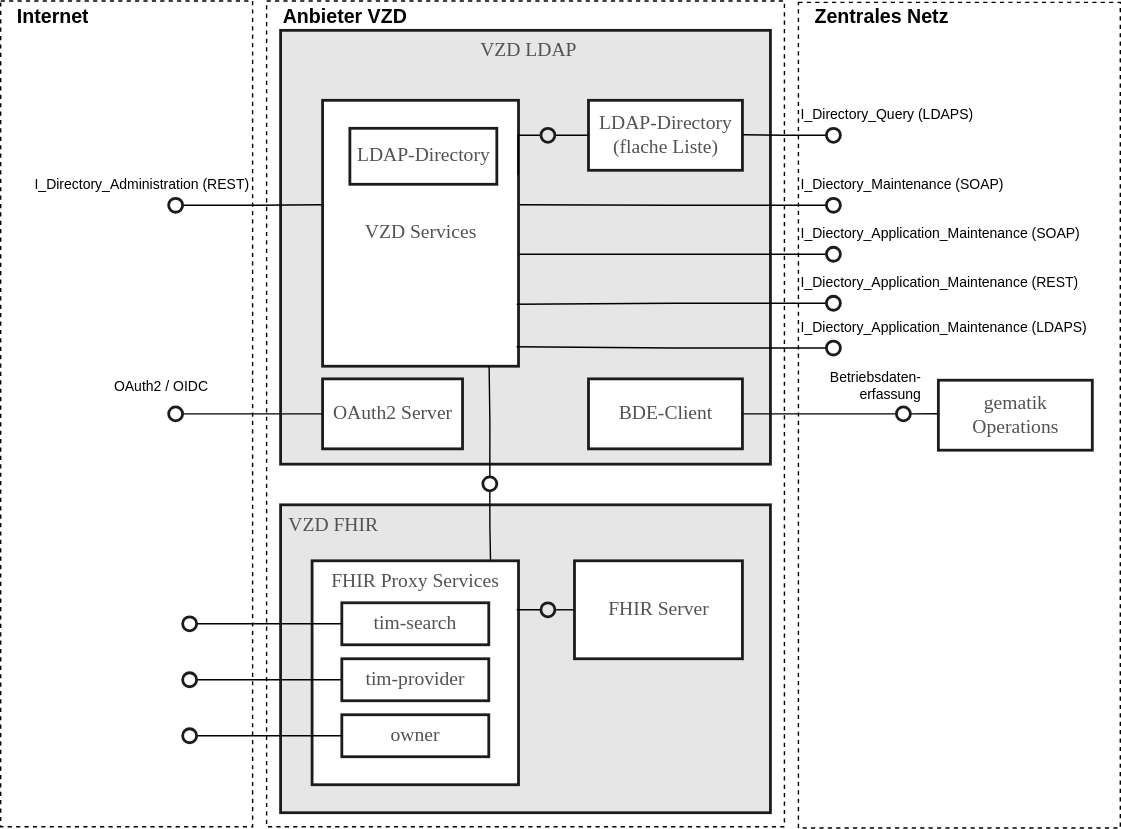
The draw.io diagram images/VZD_Architektur.svg in gematik/api-vzd, before a commit. Source tidied: cells renumbered, new cells last; positions are measured from the earlier drawing's top-left corner, leaving out a move shared by most shapes.
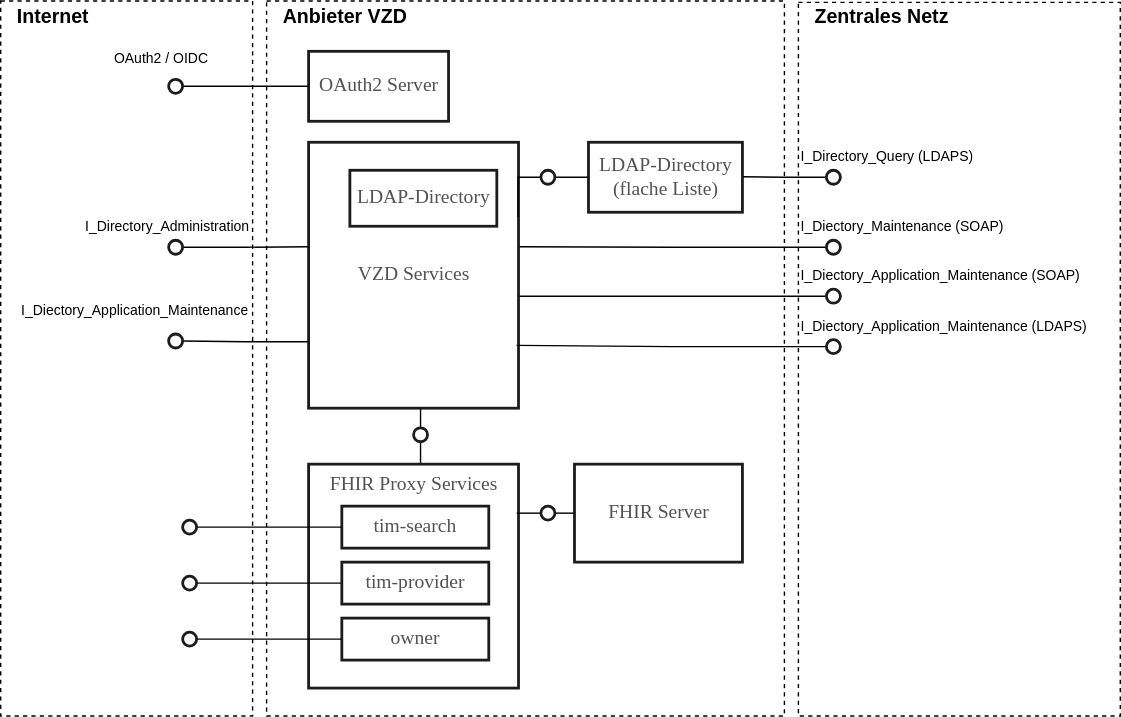
Later version of the same file.

Diff of the diagram source:
```diff
@@ -3,54 +3,54 @@
     <mxCell id="0" />
     <mxCell id="1" parent="0" />
     <mxCell id="2" style="rounded=0;whiteSpace=wrap;html=1;fillColor=none;dashed=1;" parent="1" vertex="1">
-      <mxGeometry x="570" y="1" width="230" height="590" as="geometry" />
+      <mxGeometry x="570" y="1" width="230" height="510" as="geometry" />
     </mxCell>
     <mxCell id="3" style="rounded=0;whiteSpace=wrap;html=1;fillColor=none;dashed=1;" parent="1" vertex="1">
-      <mxGeometry width="180" height="590" as="geometry" />
+      <mxGeometry width="180" height="511" as="geometry" />
     </mxCell>
     <mxCell id="4" style="rounded=0;whiteSpace=wrap;html=1;fillColor=none;dashed=1;" parent="1" vertex="1">
-      <mxGeometry x="190" width="370" height="590" as="geometry" />
+      <mxGeometry x="190" width="370" height="511" as="geometry" />
     </mxCell>
-    <mxCell id="5" value="VZD LDAP" style="html=1;strokeColor=#1C1C1C;fillColor=#E6E6E6;fontFamily=Tahoma;fontSize=14;fontColor=#525252;align=center;verticalAlign=top;spacingLeft=4;strokeWidth=2;" parent="1" vertex="1">
-      <mxGeometry x="200" y="21" width="350" height="310" as="geometry" />
-    </mxCell>
-    <mxCell id="6" value="VZD FHIR" style="html=1;strokeColor=#1C1C1C;fillColor=#E6E6E6;fontFamily=Tahoma;fontSize=14;fontColor=#525252;align=left;verticalAlign=top;spacingLeft=4;strokeWidth=2;" parent="1" vertex="1">
-      <mxGeometry x="200" y="360" width="350" height="220" as="geometry" />
-    </mxCell>
     <mxCell id="7" value="LDAP-Directory&lt;br&gt;(flache Liste)" style="html=1;strokeColor=#1C1C1C;fillColor=#ffffff;fontFamily=Tahoma;fontSize=14;fontColor=#525252;align=center;strokeWidth=2;" parent="1" vertex="1">
-      <mxGeometry x="420" y="71" width="110" height="50" as="geometry" />
+      <mxGeometry x="420" y="101" width="110" height="50" as="geometry" />
     </mxCell>
     <mxCell id="8" style="edgeStyle=orthogonalEdgeStyle;rounded=0;jettySize=auto;html=1;exitX=0;exitY=0.5;exitDx=0;exitDy=0;endArrow=none;endFill=0;entryX=0.994;entryY=0.393;entryDx=0;entryDy=0;entryPerimeter=0;" parent="1" edge="1" source="9" target="10">
       <mxGeometry relative="1" as="geometry" />
     </mxCell>
     <mxCell id="9" style="ellipse;whiteSpace=wrap;html=1;strokeColor=#1C1C1C;fillColor=none;fontFamily=Tahoma;fontSize=14;fontColor=#525252;align=center;strokeWidth=2;" parent="1" vertex="1">
-      <mxGeometry x="590" y="141" width="10" height="10" as="geometry" />
+      <mxGeometry x="590" y="171" width="10" height="10" as="geometry" />
     </mxCell>
+    <mxCell id="61" style="edgeStyle=orthogonalEdgeStyle;rounded=0;jettySize=auto;html=1;exitX=0.5;exitY=1;exitDx=0;exitDy=0;entryX=0.5;entryY=0;entryDx=0;entryDy=0;fontSize=16;strokeWidth=1;endArrow=none;endFill=0;" parent="1" edge="1" source="10" target="30">
+      <mxGeometry relative="1" as="geometry" />
+    </mxCell>
+    <mxCell id="62" style="edgeStyle=orthogonalEdgeStyle;rounded=0;jettySize=auto;html=1;exitX=0;exitY=0.75;exitDx=0;exitDy=0;entryX=1;entryY=0.5;entryDx=0;entryDy=0;fontSize=16;endArrow=none;endFill=0;strokeWidth=1;" parent="1" edge="1" source="10" target="44">
+      <mxGeometry relative="1" as="geometry" />
+    </mxCell>
     <mxCell id="10" value="VZD Services" style="html=1;strokeColor=#1C1C1C;fillColor=#ffffff;fontFamily=Tahoma;fontSize=14;fontColor=#525252;align=center;strokeWidth=2;" parent="1" vertex="1">
-      <mxGeometry x="230" y="71" width="140" height="190" as="geometry" />
+      <mxGeometry x="220" y="101" width="150" height="190" as="geometry" />
     </mxCell>
     <mxCell id="11" value="&lt;span style=&quot;font-weight: normal&quot;&gt;I_Diectory_Maintenance (SOAP)&lt;/span&gt;" style="text;html=1;strokeColor=none;fillColor=none;align=left;verticalAlign=middle;whiteSpace=wrap;overflow=hidden;fontFamily=Helvetica;fontSize=10;fontColor=#000000;fontStyle=1;" parent="1" vertex="1">
-      <mxGeometry x="570" y="121" width="170" height="20" as="geometry" />
+      <mxGeometry x="570" y="151" width="170" height="20" as="geometry" />
     </mxCell>
     <mxCell id="12" style="edgeStyle=orthogonalEdgeStyle;rounded=0;jettySize=auto;html=1;exitX=1;exitY=0.5;exitDx=0;exitDy=0;endArrow=none;endFill=0;entryX=0.002;entryY=0.393;entryDx=0;entryDy=0;entryPerimeter=0;" parent="1" edge="1" source="13" target="10">
       <mxGeometry relative="1" as="geometry" />
     </mxCell>
     <mxCell id="13" style="ellipse;whiteSpace=wrap;html=1;strokeColor=#1C1C1C;fillColor=none;fontFamily=Tahoma;fontSize=14;fontColor=#525252;align=center;strokeWidth=2;" parent="1" vertex="1">
-      <mxGeometry x="120" y="141" width="10" height="10" as="geometry" />
+      <mxGeometry x="120" y="171" width="10" height="10" as="geometry" />
     </mxCell>
-    <mxCell id="14" value="&lt;span style=&quot;font-weight: normal&quot;&gt;I_Directory_Administration (REST)&lt;/span&gt;" style="text;html=1;strokeColor=none;fillColor=none;align=right;verticalAlign=middle;whiteSpace=wrap;overflow=hidden;fontFamily=Helvetica;fontSize=10;fontColor=#000000;fontStyle=1;" parent="1" vertex="1">
-      <mxGeometry x="10" y="121" width="170" height="20" as="geometry" />
+    <mxCell id="14" value="&lt;span style=&quot;font-weight: normal&quot;&gt;I_Directory_Administration&lt;/span&gt;" style="text;html=1;strokeColor=none;fillColor=none;align=right;verticalAlign=middle;whiteSpace=wrap;overflow=hidden;fontFamily=Helvetica;fontSize=10;fontColor=#000000;fontStyle=1;" parent="1" vertex="1">
+      <mxGeometry x="10" y="151" width="170" height="20" as="geometry" />
     </mxCell>
     <mxCell id="15" style="edgeStyle=orthogonalEdgeStyle;rounded=0;jettySize=auto;html=1;exitX=0;exitY=0.5;exitDx=0;exitDy=0;endArrow=none;endFill=0;entryX=1.004;entryY=0.293;entryDx=0;entryDy=0;entryPerimeter=0;" parent="1" edge="1" source="16">
       <mxGeometry relative="1" as="geometry">
-        <mxPoint x="530.4" y="95.6" as="targetPoint" />
+        <mxPoint x="530.4" y="125.6" as="targetPoint" />
       </mxGeometry>
     </mxCell>
     <mxCell id="16" style="ellipse;whiteSpace=wrap;html=1;strokeColor=#1C1C1C;fillColor=none;fontFamily=Tahoma;fontSize=14;fontColor=#525252;align=center;strokeWidth=2;" parent="1" vertex="1">
-      <mxGeometry x="590" y="91" width="10" height="10" as="geometry" />
+      <mxGeometry x="590" y="121" width="10" height="10" as="geometry" />
     </mxCell>
     <mxCell id="17" value="&lt;span style=&quot;font-weight: normal&quot;&gt;I_Directory_Query (LDAPS)&lt;/span&gt;" style="text;html=1;strokeColor=none;fillColor=none;align=left;verticalAlign=middle;whiteSpace=wrap;overflow=hidden;fontFamily=Helvetica;fontSize=10;fontColor=#000000;fontStyle=1;" parent="1" vertex="1">
-      <mxGeometry x="570" y="71" width="170" height="20" as="geometry" />
+      <mxGeometry x="570" y="101" width="170" height="20" as="geometry" />
     </mxCell>
     <mxCell id="18" style="edgeStyle=orthogonalEdgeStyle;rounded=0;jettySize=auto;html=1;exitX=1;exitY=0.5;exitDx=0;exitDy=0;entryX=0;entryY=0.5;entryDx=0;entryDy=0;endArrow=none;endFill=0;" parent="1" edge="1" source="20" target="7">
       <mxGeometry relative="1" as="geometry" />
@@ -59,39 +59,34 @@
       <mxGeometry relative="1" as="geometry" />
     </mxCell>
     <mxCell id="20" style="ellipse;whiteSpace=wrap;html=1;strokeColor=#1C1C1C;fillColor=none;fontFamily=Tahoma;fontSize=14;fontColor=#525252;align=center;strokeWidth=2;" parent="1" vertex="1">
-      <mxGeometry x="386" y="91" width="10" height="10" as="geometry" />
+      <mxGeometry x="386" y="121" width="10" height="10" as="geometry" />
     </mxCell>
     <mxCell id="21" value="OAuth2 Server" style="html=1;strokeColor=#1C1C1C;fillColor=#ffffff;fontFamily=Tahoma;fontSize=14;fontColor=#525252;align=center;strokeWidth=2;" parent="1" vertex="1">
-      <mxGeometry x="230" y="270" width="100" height="50" as="geometry" />
+      <mxGeometry x="220" y="36" width="100" height="50" as="geometry" />
     </mxCell>
     <mxCell id="22" style="edgeStyle=orthogonalEdgeStyle;rounded=0;jettySize=auto;html=1;exitX=1;exitY=0.5;exitDx=0;exitDy=0;entryX=0;entryY=0.5;entryDx=0;entryDy=0;endArrow=none;endFill=0;" parent="1" edge="1" source="23" target="21">
       <mxGeometry relative="1" as="geometry" />
     </mxCell>
     <mxCell id="23" style="ellipse;whiteSpace=wrap;html=1;strokeColor=#1C1C1C;fillColor=none;fontFamily=Tahoma;fontSize=14;fontColor=#525252;align=center;strokeWidth=2;" parent="1" vertex="1">
-      <mxGeometry x="120" y="290" width="10" height="10" as="geometry" />
+      <mxGeometry x="120" y="56" width="10" height="10" as="geometry" />
     </mxCell>
     <mxCell id="24" value="&lt;span style=&quot;font-weight: normal&quot;&gt;OAuth2 / OIDC&lt;/span&gt;" style="text;html=1;strokeColor=none;fillColor=none;align=center;verticalAlign=middle;whiteSpace=wrap;overflow=hidden;fontFamily=Helvetica;fontSize=10;fontColor=#000000;fontStyle=1;" parent="1" vertex="1">
-      <mxGeometry x="30" y="265" width="170" height="20" as="geometry" />
+      <mxGeometry x="30" y="31" width="170" height="20" as="geometry" />
     </mxCell>
     <mxCell id="25" value="LDAP-Directory" style="html=1;strokeColor=#1C1C1C;fillColor=#ffffff;fontFamily=Tahoma;fontSize=14;fontColor=#525252;align=center;strokeWidth=2;" parent="1" vertex="1">
-      <mxGeometry x="249.5" y="91" width="105" height="40" as="geometry" />
+      <mxGeometry x="249.5" y="121" width="105" height="40" as="geometry" />
     </mxCell>
+    <mxCell id="63" style="edgeStyle=orthogonalEdgeStyle;rounded=0;jettySize=auto;html=1;exitX=0.5;exitY=0;exitDx=0;exitDy=0;entryX=0.5;entryY=1;entryDx=0;entryDy=0;fontSize=16;endArrow=none;endFill=0;strokeWidth=1;" parent="1" edge="1" source="26" target="30">
+      <mxGeometry relative="1" as="geometry" />
+    </mxCell>
     <mxCell id="26" value="FHIR Proxy Services" style="html=1;strokeColor=#1C1C1C;fillColor=#ffffff;fontFamily=Tahoma;fontSize=14;fontColor=#525252;align=center;strokeWidth=2;verticalAlign=top;" parent="1" vertex="1">
-      <mxGeometry x="222.5" y="400" width="147.5" height="160" as="geometry" />
+      <mxGeometry x="220" y="331" width="150" height="160" as="geometry" />
     </mxCell>
     <mxCell id="27" value="FHIR Server" style="html=1;strokeColor=#1C1C1C;fillColor=#ffffff;fontFamily=Tahoma;fontSize=14;fontColor=#525252;align=center;strokeWidth=2;verticalAlign=middle;" parent="1" vertex="1">
-      <mxGeometry x="410" y="400" width="120" height="70" as="geometry" />
+      <mxGeometry x="410" y="331" width="120" height="70" as="geometry" />
     </mxCell>
-    <mxCell id="28" style="edgeStyle=orthogonalEdgeStyle;rounded=0;jettySize=auto;html=1;exitX=0.5;exitY=0;exitDx=0;exitDy=0;endArrow=none;endFill=0;entryX=0.85;entryY=1;entryDx=0;entryDy=0;entryPerimeter=0;" parent="1" edge="1" source="30" target="10">
-      <mxGeometry relative="1" as="geometry" />
-    </mxCell>
-    <mxCell id="29" style="edgeStyle=orthogonalEdgeStyle;rounded=0;jettySize=auto;html=1;exitX=0.5;exitY=1;exitDx=0;exitDy=0;endArrow=none;endFill=0;" parent="1" edge="1" source="30">
-      <mxGeometry relative="1" as="geometry">
-        <mxPoint x="350" y="400" as="targetPoint" />
-      </mxGeometry>
-    </mxCell>
     <mxCell id="30" style="ellipse;whiteSpace=wrap;html=1;strokeColor=#1C1C1C;fillColor=none;fontFamily=Tahoma;fontSize=14;fontColor=#525252;align=center;strokeWidth=2;" parent="1" vertex="1">
-      <mxGeometry x="344.5" y="340" width="10" height="10" as="geometry" />
+      <mxGeometry x="295" y="305" width="10" height="10" as="geometry" />
     </mxCell>
     <mxCell id="31" style="edgeStyle=orthogonalEdgeStyle;rounded=0;jettySize=auto;html=1;exitX=1;exitY=0.5;exitDx=0;exitDy=0;entryX=0;entryY=0.5;entryDx=0;entryDy=0;endArrow=none;endFill=0;" parent="1" edge="1" source="33" target="27">
       <mxGeometry relative="1" as="geometry" />
@@ -100,61 +95,60 @@
       <mxGeometry relative="1" as="geometry" />
     </mxCell>
     <mxCell id="33" style="ellipse;whiteSpace=wrap;html=1;strokeColor=#1C1C1C;fillColor=none;fontFamily=Tahoma;fontSize=14;fontColor=#525252;align=center;strokeWidth=2;" parent="1" vertex="1">
-      <mxGeometry x="386" y="430" width="10" height="10" as="geometry" />
+      <mxGeometry x="386" y="361" width="10" height="10" as="geometry" />
     </mxCell>
     <mxCell id="34" value="&lt;span style=&quot;font-weight: normal&quot;&gt;I_Diectory_Application_Maintenance (SOAP)&lt;/span&gt;" style="text;html=1;strokeColor=none;fillColor=none;align=left;verticalAlign=middle;whiteSpace=wrap;overflow=hidden;fontFamily=Helvetica;fontSize=10;fontColor=#000000;fontStyle=1;" parent="1" vertex="1">
-      <mxGeometry x="570" y="151" width="210" height="30" as="geometry" />
+      <mxGeometry x="570" y="181" width="210" height="30" as="geometry" />
     </mxCell>
-    <mxCell id="35" value="&lt;span style=&quot;font-weight: normal&quot;&gt;I_Diectory_Application_Maintenance (REST)&lt;/span&gt;" style="text;html=1;strokeColor=none;fillColor=none;align=left;verticalAlign=middle;whiteSpace=wrap;overflow=hidden;fontFamily=Helvetica;fontSize=10;fontColor=#000000;fontStyle=1;" parent="1" vertex="1">
-      <mxGeometry x="570" y="186" width="210" height="30" as="geometry" />
+    <mxCell id="35" value="&lt;span style=&quot;font-weight: normal&quot;&gt;I_Diectory_Application_Maintenance&lt;/span&gt;" style="text;html=1;strokeColor=none;fillColor=none;align=left;verticalAlign=middle;whiteSpace=wrap;overflow=hidden;fontFamily=Helvetica;fontSize=10;fontColor=#000000;fontStyle=1;" parent="1" vertex="1">
+      <mxGeometry x="12.5" y="206" width="210" height="30" as="geometry" />
     </mxCell>
     <mxCell id="36" value="&lt;span style=&quot;font-weight: normal&quot;&gt;I_Diectory_Application_Maintenance (LDAPS)&lt;/span&gt;" style="text;html=1;strokeColor=none;fillColor=none;align=left;verticalAlign=middle;whiteSpace=wrap;overflow=hidden;fontFamily=Helvetica;fontSize=10;fontColor=#000000;fontStyle=1;" parent="1" vertex="1">
-      <mxGeometry x="570" y="218" width="210" height="30" as="geometry" />
+      <mxGeometry x="570" y="217" width="210" height="30" as="geometry" />
     </mxCell>
     <mxCell id="37" value="tim-search" style="html=1;strokeColor=#1C1C1C;fillColor=#ffffff;fontFamily=Tahoma;fontSize=14;fontColor=#525252;align=center;strokeWidth=2;" parent="1" vertex="1">
-      <mxGeometry x="243.8" y="430" width="105" height="30" as="geometry" />
+      <mxGeometry x="243.8" y="361" width="105" height="30" as="geometry" />
     </mxCell>
     <mxCell id="38" style="edgeStyle=orthogonalEdgeStyle;rounded=0;jettySize=auto;html=1;exitX=0;exitY=0.5;exitDx=0;exitDy=0;entryX=1;entryY=0.5;entryDx=0;entryDy=0;endArrow=none;endFill=0;" parent="1" edge="1" source="39" target="47">
       <mxGeometry relative="1" as="geometry" />
     </mxCell>
     <mxCell id="39" value="tim-provider" style="html=1;strokeColor=#1C1C1C;fillColor=#ffffff;fontFamily=Tahoma;fontSize=14;fontColor=#525252;align=center;strokeWidth=2;" parent="1" vertex="1">
-      <mxGeometry x="243.8" y="470" width="105" height="30" as="geometry" />
+      <mxGeometry x="243.8" y="401" width="105" height="30" as="geometry" />
     </mxCell>
     <mxCell id="40" value="owner" style="html=1;strokeColor=#1C1C1C;fillColor=#ffffff;fontFamily=Tahoma;fontSize=14;fontColor=#525252;align=center;strokeWidth=2;" parent="1" vertex="1">
-      <mxGeometry x="243.8" y="510" width="105" height="30" as="geometry" />
+      <mxGeometry x="243.8" y="441" width="105" height="30" as="geometry" />
     </mxCell>
     <mxCell id="41" style="edgeStyle=orthogonalEdgeStyle;rounded=0;jettySize=auto;html=1;exitX=0;exitY=0.5;exitDx=0;exitDy=0;entryX=1.004;entryY=0.579;entryDx=0;entryDy=0;entryPerimeter=0;endArrow=none;endFill=0;" parent="1" edge="1" source="42" target="10">
       <mxGeometry relative="1" as="geometry" />
     </mxCell>
     <mxCell id="42" style="ellipse;whiteSpace=wrap;html=1;strokeColor=#1C1C1C;fillColor=none;fontFamily=Tahoma;fontSize=14;fontColor=#525252;align=center;strokeWidth=2;" parent="1" vertex="1">
-      <mxGeometry x="590" y="176" width="10" height="10" as="geometry" />
+      <mxGeometry x="590" y="206" width="10" height="10" as="geometry" />
     </mxCell>
-    <mxCell id="43" style="edgeStyle=orthogonalEdgeStyle;rounded=0;jettySize=auto;html=1;exitX=0;exitY=0.5;exitDx=0;exitDy=0;entryX=0.991;entryY=0.767;entryDx=0;entryDy=0;entryPerimeter=0;endArrow=none;endFill=0;" parent="1" edge="1" source="44" target="10">
-      <mxGeometry relative="1" as="geometry" />
-    </mxCell>
     <mxCell id="44" style="ellipse;whiteSpace=wrap;html=1;strokeColor=#1C1C1C;fillColor=none;fontFamily=Tahoma;fontSize=14;fontColor=#525252;align=center;strokeWidth=2;" parent="1" vertex="1">
-      <mxGeometry x="590" y="211" width="10" height="10" as="geometry" />
+      <mxGeometry x="120" y="238" width="10" height="10" as="geometry" />
     </mxCell>
-    <mxCell id="45" style="edgeStyle=orthogonalEdgeStyle;rounded=0;jettySize=auto;html=1;exitX=0;exitY=0.5;exitDx=0;exitDy=0;endArrow=none;endFill=0;entryX=0.99;entryY=0.927;entryDx=0;entryDy=0;entryPerimeter=0;" parent="1" edge="1" source="46" target="10">
-      <mxGeometry relative="1" as="geometry" />
+    <mxCell id="45" style="edgeStyle=orthogonalEdgeStyle;rounded=0;jettySize=auto;html=1;exitX=0;exitY=0.5;exitDx=0;exitDy=0;endArrow=none;endFill=0;entryX=0.99;entryY=0.927;entryDx=0;entryDy=0;entryPerimeter=0;" parent="1" edge="1" source="46">
+      <mxGeometry relative="1" as="geometry">
+        <mxPoint x="368.6" y="246.1" as="targetPoint" />
+      </mxGeometry>
     </mxCell>
     <mxCell id="46" style="ellipse;whiteSpace=wrap;html=1;strokeColor=#1C1C1C;fillColor=none;fontFamily=Tahoma;fontSize=14;fontColor=#525252;align=center;strokeWidth=2;" parent="1" vertex="1">
-      <mxGeometry x="590" y="243" width="10" height="10" as="geometry" />
+      <mxGeometry x="590" y="242" width="10" height="10" as="geometry" />
     </mxCell>
     <mxCell id="47" style="ellipse;whiteSpace=wrap;html=1;strokeColor=#1C1C1C;fillColor=none;fontFamily=Tahoma;fontSize=14;fontColor=#525252;align=center;strokeWidth=2;" parent="1" vertex="1">
-      <mxGeometry x="130" y="480" width="10" height="10" as="geometry" />
+      <mxGeometry x="130" y="411" width="10" height="10" as="geometry" />
     </mxCell>
     <mxCell id="48" style="edgeStyle=orthogonalEdgeStyle;rounded=0;jettySize=auto;html=1;exitX=1;exitY=0.5;exitDx=0;exitDy=0;entryX=0;entryY=0.5;entryDx=0;entryDy=0;endArrow=none;endFill=0;" parent="1" edge="1" source="49" target="40">
       <mxGeometry relative="1" as="geometry" />
     </mxCell>
     <mxCell id="49" style="ellipse;whiteSpace=wrap;html=1;strokeColor=#1C1C1C;fillColor=none;fontFamily=Tahoma;fontSize=14;fontColor=#525252;align=center;strokeWidth=2;" parent="1" vertex="1">
-      <mxGeometry x="130" y="520" width="10" height="10" as="geometry" />
+      <mxGeometry x="130" y="451" width="10" height="10" as="geometry" />
     </mxCell>
     <mxCell id="50" style="edgeStyle=orthogonalEdgeStyle;rounded=0;jettySize=auto;html=1;exitX=1;exitY=0.5;exitDx=0;exitDy=0;entryX=0;entryY=0.5;entryDx=0;entryDy=0;endArrow=none;endFill=0;" parent="1" edge="1" source="51" target="37">
       <mxGeometry relative="1" as="geometry" />
     </mxCell>
     <mxCell id="51" style="ellipse;whiteSpace=wrap;html=1;strokeColor=#1C1C1C;fillColor=none;fontFamily=Tahoma;fontSize=14;fontColor=#525252;align=center;strokeWidth=2;" parent="1" vertex="1">
-      <mxGeometry x="130" y="440" width="10" height="10" as="geometry" />
+      <mxGeometry x="130" y="371" width="10" height="10" as="geometry" />
     </mxCell>
     <mxCell id="52" value="Anbieter VZD" style="text;html=1;strokeColor=none;fillColor=none;align=left;verticalAlign=middle;whiteSpace=wrap;overflow=hidden;fontFamily=Helvetica;fontSize=14;fontColor=#000000;fontStyle=1;" parent="1" vertex="1">
       <mxGeometry x="200" width="120" height="20" as="geometry" />
@@ -165,23 +159,5 @@
     <mxCell id="54" value="Zentrales Netz" style="text;html=1;strokeColor=none;fillColor=none;align=left;verticalAlign=middle;whiteSpace=wrap;overflow=hidden;fontFamily=Helvetica;fontSize=14;fontColor=#000000;fontStyle=1;" parent="1" vertex="1">
       <mxGeometry x="580" width="120" height="20" as="geometry" />
     </mxCell>
-    <mxCell id="55" style="edgeStyle=orthogonalEdgeStyle;rounded=0;jettySize=auto;html=1;exitX=1;exitY=0.5;exitDx=0;exitDy=0;entryX=0;entryY=0.5;entryDx=0;entryDy=0;endArrow=none;endFill=0;" parent="1" edge="1" source="56" target="59">
-      <mxGeometry relative="1" as="geometry" />
-    </mxCell>
-    <mxCell id="56" value="BDE-Client" style="html=1;strokeColor=#1C1C1C;fillColor=#ffffff;fontFamily=Tahoma;fontSize=14;fontColor=#525252;align=center;strokeWidth=2;" parent="1" vertex="1">
-      <mxGeometry x="420" y="270" width="110" height="50" as="geometry" />
-    </mxCell>
-    <mxCell id="57" value="gematik&lt;br&gt;Operations" style="html=1;strokeColor=#1C1C1C;fillColor=#ffffff;fontFamily=Tahoma;fontSize=14;fontColor=#525252;align=center;strokeWidth=2;" parent="1" vertex="1">
-      <mxGeometry x="670" y="271" width="110" height="50" as="geometry" />
-    </mxCell>
-    <mxCell id="58" style="edgeStyle=orthogonalEdgeStyle;rounded=0;jettySize=auto;html=1;exitX=1;exitY=0.5;exitDx=0;exitDy=0;entryX=0;entryY=0.471;entryDx=0;entryDy=0;entryPerimeter=0;endArrow=none;endFill=0;" parent="1" edge="1" source="59" target="57">
-      <mxGeometry relative="1" as="geometry" />
-    </mxCell>
-    <mxCell id="59" style="ellipse;whiteSpace=wrap;html=1;strokeColor=#1C1C1C;fillColor=none;fontFamily=Tahoma;fontSize=14;fontColor=#525252;align=center;strokeWidth=2;" parent="1" vertex="1">
-      <mxGeometry x="640" y="290" width="10" height="10" as="geometry" />
-    </mxCell>
-    <mxCell id="60" value="&lt;span style=&quot;font-weight: normal&quot;&gt;Betriebsdaten- erfassung&lt;/span&gt;" style="text;html=1;strokeColor=none;fillColor=none;align=right;verticalAlign=middle;whiteSpace=wrap;overflow=hidden;fontFamily=Helvetica;fontSize=10;fontColor=#000000;fontStyle=1;" parent="1" vertex="1">
-      <mxGeometry x="580" y="260" width="80" height="30" as="geometry" />
-    </mxCell>
   </root>
 </mxGraphModel>
```
